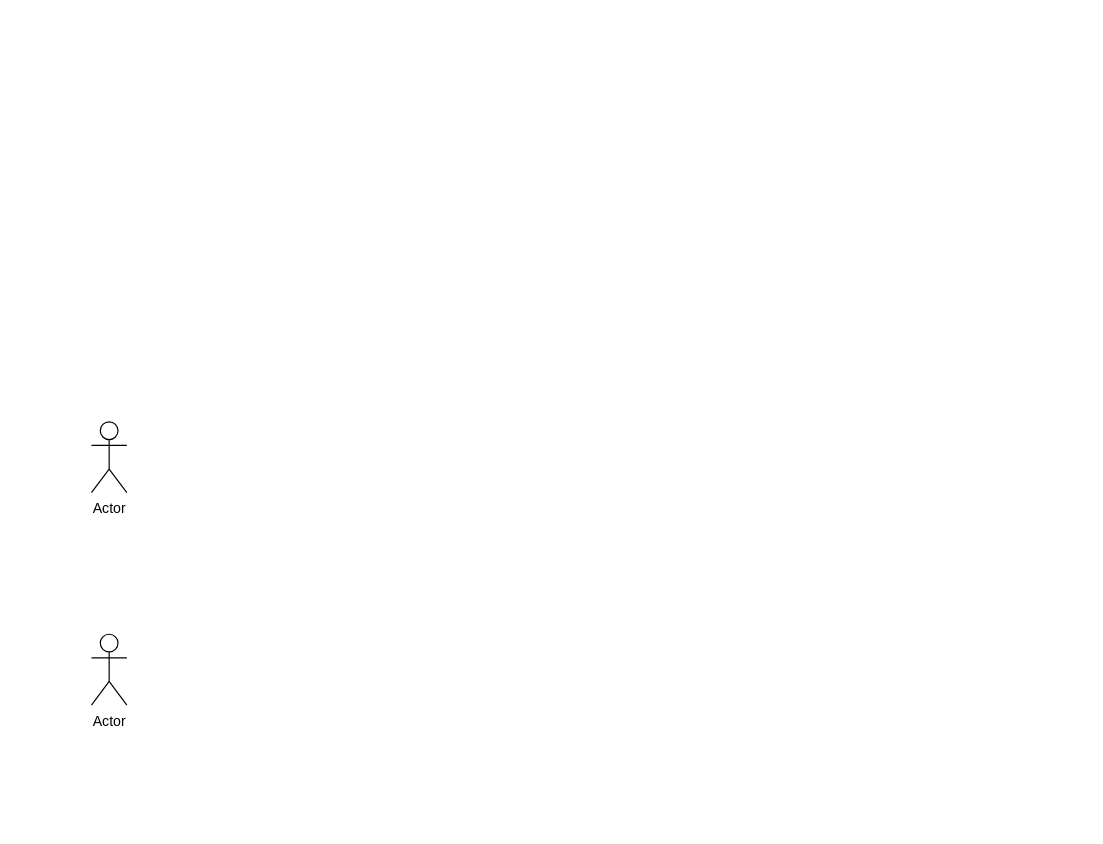
Earlier version of the draw.io diagram Distributed Systems Architecture.drawio (Faisal-Khan123/Distributed-Systems-Architecture). Source tidied: cells renumbered, new cells numbered last; positions are measured from the earlier drawing's top-left corner, leaving out a move shared by most shapes. Both pictures are drawn from the tidied source at 118%, with x=0, y=0 at pixel (91, 421).
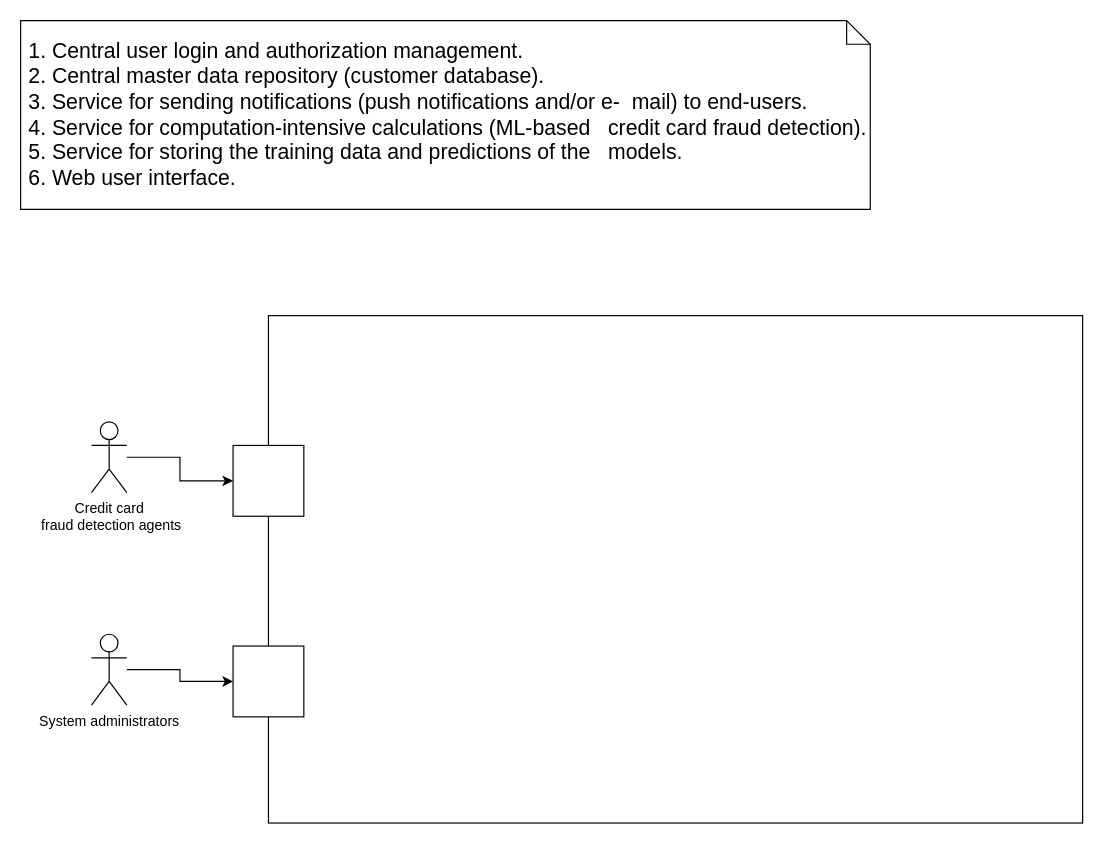
After the change.

What changed in the source:
```diff
@@
 <mxGraphModel>
   <root>
     <mxCell id="0" />
     <mxCell id="1" parent="0" />
+    <mxCell id="4" style="edgeStyle=orthogonalEdgeStyle;rounded=0;jettySize=auto;html=1;" parent="1" edge="1" source="2" target="7">
+      <mxGeometry relative="1" as="geometry" />
+    </mxCell>
-    <mxCell id="2" value="Actor" style="shape=umlActor;verticalLabelPosition=bottom;verticalAlign=top;html=1;outlineConnect=0;" parent="1" vertex="1">
+    <mxCell id="2" value="Credit c&lt;span style=&quot;background-color: transparent; color: light-dark(rgb(0, 0, 0), rgb(255, 255, 255));&quot;&gt;ard&lt;/span&gt;&lt;div&gt;&lt;span style=&quot;background-color: transparent; color: light-dark(rgb(0, 0, 0), rgb(255, 255, 255));&quot;&gt;&amp;nbsp;fraud detection agents&lt;/span&gt;&lt;/div&gt;" style="shape=umlActor;verticalLabelPosition=bottom;verticalAlign=top;html=1;outlineConnect=0;" parent="1" vertex="1">
       <mxGeometry width="30" height="60" as="geometry" />
     </mxCell>
+    <mxCell id="5" style="edgeStyle=orthogonalEdgeStyle;rounded=0;jettySize=auto;html=1;" parent="1" edge="1" source="3" target="8">
+      <mxGeometry relative="1" as="geometry" />
+    </mxCell>
-    <mxCell id="3" value="Actor" style="shape=umlActor;verticalLabelPosition=bottom;verticalAlign=top;html=1;outlineConnect=0;" parent="1" vertex="1">
+    <mxCell id="3" value="System administrators" style="shape=umlActor;verticalLabelPosition=bottom;verticalAlign=top;html=1;outlineConnect=0;" parent="1" vertex="1">
       <mxGeometry y="180" width="30" height="60" as="geometry" />
     </mxCell>
+    <mxCell id="6" style="rounded=0;whiteSpace=wrap;html=1;" parent="1" vertex="1">
+      <mxGeometry x="150" y="-90" width="690" height="430" as="geometry" />
+    </mxCell>
+    <mxCell id="7" style="whiteSpace=wrap;html=1;" parent="1" vertex="1">
+      <mxGeometry x="120" y="20" width="60" height="60" as="geometry" />
+    </mxCell>
+    <mxCell id="8" style="whiteSpace=wrap;html=1;" parent="1" vertex="1">
+      <mxGeometry x="120" y="190" width="60" height="60" as="geometry" />
+    </mxCell>
+    <mxCell id="9" value="&lt;div style=&quot;text-align: justify;&quot;&gt;&lt;font face=&quot;Helvetica&quot; style=&quot;font-size: 18px;&quot;&gt;&amp;nbsp;1. Central user login and authorization management.&lt;/font&gt;&lt;/div&gt;&lt;div style=&quot;text-align: justify;&quot;&gt;&lt;font style=&quot;font-size: 18px;&quot; face=&quot;Helvetica&quot;&gt;&amp;nbsp;2. Central master data repository (customer database).&lt;/font&gt;&lt;/div&gt;&lt;div style=&quot;text-align: justify;&quot;&gt;&lt;font style=&quot;font-size: 18px;&quot; face=&quot;Helvetica&quot;&gt;&amp;nbsp;3. Service for sending notifications (push notifications and/or e-&amp;nbsp; mail) to end-users.&lt;/font&gt;&lt;/div&gt;&lt;div style=&quot;text-align: justify;&quot;&gt;&lt;font style=&quot;font-size: 18px;&quot; face=&quot;Helvetica&quot;&gt;&amp;nbsp;4. Service for computation-intensive calculations (ML-based&amp;nbsp; &amp;nbsp;credit card fraud detection).&lt;/font&gt;&lt;/div&gt;&lt;div style=&quot;text-align: justify;&quot;&gt;&lt;font style=&quot;font-size: 18px;&quot; face=&quot;Helvetica&quot;&gt;&amp;nbsp;5. Service for storing the training data and predictions of the&amp;nbsp; &amp;nbsp;models.&lt;/font&gt;&lt;/div&gt;&lt;div style=&quot;text-align: justify;&quot;&gt;&lt;font style=&quot;font-size: 18px;&quot; face=&quot;Helvetica&quot;&gt;&amp;nbsp;6. Web user interface.&lt;/font&gt;&lt;/div&gt;" style="shape=note;size=20;whiteSpace=wrap;html=1;align=left;" parent="1" vertex="1">
+      <mxGeometry x="-60" y="-340" width="720" height="160" as="geometry" />
+    </mxCell>
   </root>
 </mxGraphModel>
```
